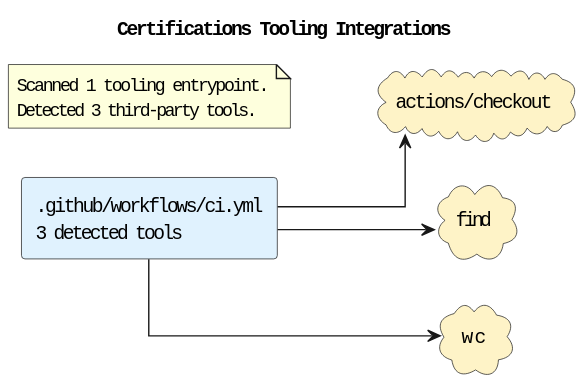
Above: docs/diagrams/tooling-integrations.puml.svg in casonk/Certifications (PlantUML), before the change.
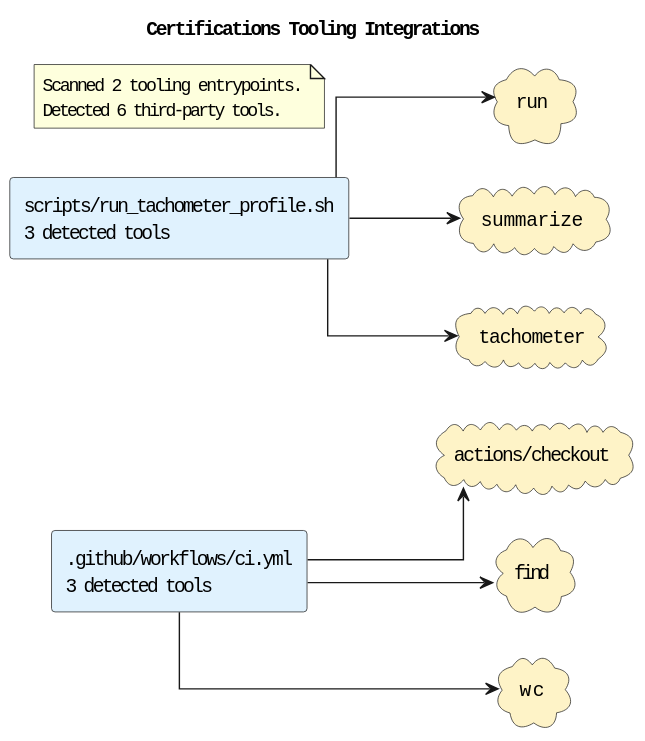
Later version of the same file.

Change to the diagram source:
```diff
@@ -6,14 +6,21 @@
 skinparam componentStyle rectangle
 skinparam linetype ortho
 rectangle ".github/workflows/ci.yml\n3 detected tools" as source_github_workflows_ci_yml #E0F2FE
+rectangle "scripts/run_tachometer_profile.sh\n3 detected tools" as source_scripts_run_tachometer_profile_sh #E0F2FE
 cloud "actions/checkout" as tool_actions_checkout #FEF3C7
 cloud "find" as tool_find #FEF3C7
+cloud "run" as tool_run #FEF3C7
+cloud "summarize" as tool_summarize #FEF3C7
+cloud "tachometer" as tool_tachometer #FEF3C7
 cloud "wc" as tool_wc #FEF3C7
 source_github_workflows_ci_yml --> tool_actions_checkout
 source_github_workflows_ci_yml --> tool_find
 source_github_workflows_ci_yml --> tool_wc
+source_scripts_run_tachometer_profile_sh --> tool_run
+source_scripts_run_tachometer_profile_sh --> tool_summarize
+source_scripts_run_tachometer_profile_sh --> tool_tachometer
 note as toolingGraphSummary
-Scanned 1 tooling entrypoint.
-Detected 3 third-party tools.
+Scanned 2 tooling entrypoints.
+Detected 6 third-party tools.
 end note
 @enduml
```
